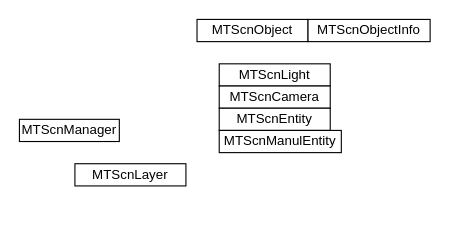
Above: SceneKit.drawio in loleng/mediatools (draw.io), before the change. Source tidied: cells renumbered, new cells numbered last; positions are measured from the earlier drawing's top-left corner, leaving out a move shared by most shapes. Both pictures are drawn from the tidied source at 111%, with x=0, y=0 at pixel (19, 19).
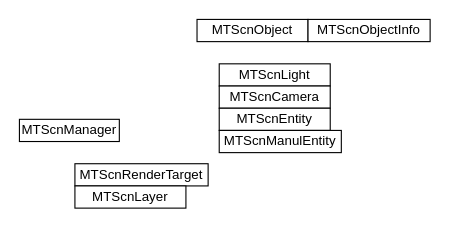
The same page after the edit.

The edit, as a diff of the source:
```diff
@@
 <mxGraphModel>
   <root>
     <mxCell id="0" />
     <mxCell id="1" parent="0" />
     <mxCell id="2" value="MTScnManager" style="whiteSpace=wrap;html=1;" parent="1" vertex="1">
       <mxGeometry y="90" width="90" height="20" as="geometry" />
     </mxCell>
-    <mxCell id="3" value="MTScnLayer" style="whiteSpace=wrap;html=1;" parent="1" vertex="1">
-      <mxGeometry x="50" y="130" width="100" height="20" as="geometry" />
+    <mxCell id="3" value="MTScnRenderTarget" style="whiteSpace=wrap;html=1;" parent="1" vertex="1">
+      <mxGeometry x="50" y="130" width="120" height="20" as="geometry" />
     </mxCell>
     <mxCell id="4" value="MTScnObject" style="whiteSpace=wrap;html=1;" parent="1" vertex="1">
       <mxGeometry x="160" width="100" height="20" as="geometry" />
     </mxCell>
     <mxCell id="5" value="MTScnObjectInfo" style="whiteSpace=wrap;html=1;" parent="1" vertex="1">
       <mxGeometry x="260" width="110" height="20" as="geometry" />
     </mxCell>
     <mxCell id="6" value="MTScnLight" style="whiteSpace=wrap;html=1;" parent="1" vertex="1">
       <mxGeometry x="180" y="40" width="100" height="20" as="geometry" />
     </mxCell>
     <mxCell id="7" value="MTScnCamera" style="whiteSpace=wrap;html=1;" parent="1" vertex="1">
       <mxGeometry x="180" y="60" width="100" height="20" as="geometry" />
     </mxCell>
     <mxCell id="8" value="MTScnEntity" style="whiteSpace=wrap;html=1;" parent="1" vertex="1">
       <mxGeometry x="180" y="80" width="100" height="20" as="geometry" />
     </mxCell>
     <mxCell id="9" value="MTScnManulEntity" style="whiteSpace=wrap;html=1;" parent="1" vertex="1">
       <mxGeometry x="180" y="100" width="110" height="20" as="geometry" />
     </mxCell>
+    <mxCell id="10" value="MTScnLayer" style="whiteSpace=wrap;html=1;" parent="1" vertex="1">
+      <mxGeometry x="50" y="150" width="100" height="20" as="geometry" />
+    </mxCell>
   </root>
 </mxGraphModel>
```
